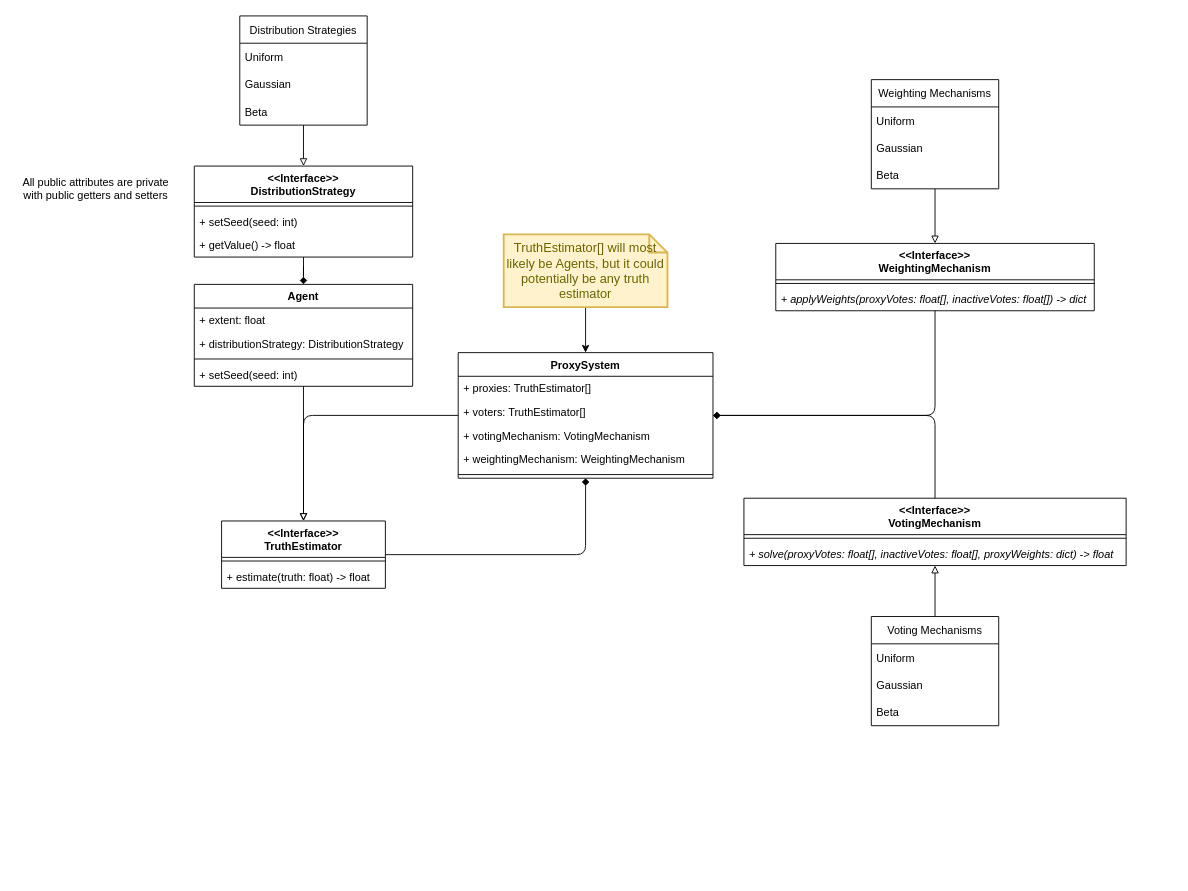
Above: content/figures/ProxyVotingSystem.drawio in TheMikeste1/Proxy-Voting-Coordination-Mechanisms (draw.io), before the change. Source tidied: cells renumbered, new cells numbered last; positions are measured from the earlier drawing's top-left corner, leaving out a move shared by most shapes. Both pictures are drawn from the tidied source at 91%, with x=0, y=0 at pixel (15, 15).
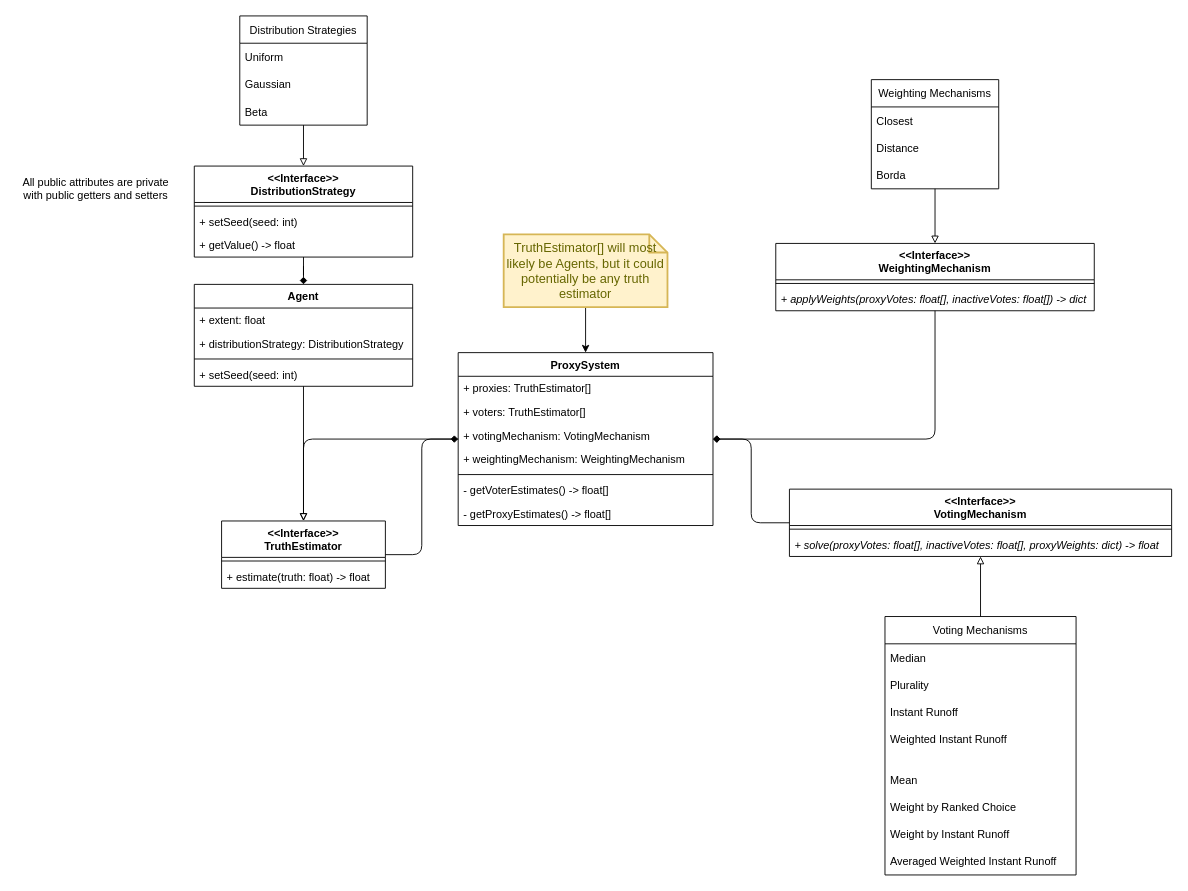
After the change.

Commit message:
Added specific mechanisms to UML

Unchanged cells that the change refers to:
```xml
<mxCell id="40" value="Weighting Mechanisms" style="swimlane;fontStyle=0;horizontal=1;startSize=30;labelBorderColor=none;" parent="1" vertex="1">
  <mxGeometry x="940" y="70" width="140" height="120" as="geometry" />
</mxCell>
```

What changed in the source:
```diff
@@
     <mxCell id="20" value="ProxySystem" style="swimlane;fontStyle=1;align=center;verticalAlign=top;horizontal=1;startSize=26;" parent="1" vertex="1">
-      <mxGeometry x="486" y="370" width="280" height="138" as="geometry" />
+      <mxGeometry x="486" y="370" width="280" height="190" as="geometry" />
     </mxCell>
@@
+    <mxCell id="50" value="- getVoterEstimates() -&gt; float[]" style="text;strokeColor=none;fillColor=none;align=left;verticalAlign=top;spacingLeft=4;spacingRight=4;overflow=hidden;" parent="20" vertex="1">
+      <mxGeometry y="138" width="280" height="26" as="geometry" />
+    </mxCell>
+    <mxCell id="51" value="- getProxyEstimates() -&gt; float[]" style="text;strokeColor=none;fillColor=none;align=left;verticalAlign=top;spacingLeft=4;spacingRight=4;overflow=hidden;" parent="20" vertex="1">
+      <mxGeometry y="164" width="280" height="26" as="geometry" />
+    </mxCell>
@@
     <mxCell id="32" value="&lt;&lt;Interface&gt;&gt;&#10;VotingMechanism" style="swimlane;fontStyle=1;align=center;verticalAlign=top;horizontal=1;startSize=40;rounded=0;" parent="1" vertex="1">
-      <mxGeometry x="800" y="530" width="420" height="74" as="geometry" />
+      <mxGeometry x="850" y="520" width="420" height="74" as="geometry" />
     </mxCell>
@@
-    <mxCell id="41" value="Uniform" style="text;strokeColor=none;fillColor=none;align=left;verticalAlign=middle;spacingLeft=4;spacingRight=4;overflow=hidden;labelBorderColor=none;" parent="40" vertex="1">
+    <mxCell id="41" value="Closest" style="text;strokeColor=none;fillColor=none;align=left;verticalAlign=middle;spacingLeft=4;spacingRight=4;overflow=hidden;labelBorderColor=none;" parent="40" vertex="1">
       <mxGeometry y="30" width="140" height="30" as="geometry" />
     </mxCell>
-    <mxCell id="42" value="Gaussian" style="text;strokeColor=none;fillColor=none;align=left;verticalAlign=middle;spacingLeft=4;spacingRight=4;overflow=hidden;labelBorderColor=none;" parent="40" vertex="1">
+    <mxCell id="42" value="Distance" style="text;strokeColor=none;fillColor=none;align=left;verticalAlign=middle;spacingLeft=4;spacingRight=4;overflow=hidden;labelBorderColor=none;" parent="40" vertex="1">
       <mxGeometry y="60" width="140" height="30" as="geometry" />
     </mxCell>
-    <mxCell id="43" value="Beta" style="text;strokeColor=none;fillColor=none;align=left;verticalAlign=middle;spacingLeft=4;spacingRight=4;overflow=hidden;labelBorderColor=none;" parent="40" vertex="1">
+    <mxCell id="43" value="Borda" style="text;strokeColor=none;fillColor=none;align=left;verticalAlign=middle;spacingLeft=4;spacingRight=4;overflow=hidden;labelBorderColor=none;" parent="40" vertex="1">
       <mxGeometry y="90" width="140" height="30" as="geometry" />
     </mxCell>
     <mxCell id="44" value="Voting Mechanisms" style="swimlane;fontStyle=0;horizontal=1;startSize=30;labelBorderColor=none;" parent="1" vertex="1">
-      <mxGeometry x="940" y="660" width="140" height="120" as="geometry" />
+      <mxGeometry x="955" y="660" width="210" height="284" as="geometry" />
     </mxCell>
-    <mxCell id="45" value="Uniform" style="text;strokeColor=none;fillColor=none;align=left;verticalAlign=middle;spacingLeft=4;spacingRight=4;overflow=hidden;labelBorderColor=none;" parent="44" vertex="1">
-      <mxGeometry y="30" width="140" height="30" as="geometry" />
+    <mxCell id="45" value="Median" style="text;strokeColor=none;fillColor=none;align=left;verticalAlign=middle;spacingLeft=4;spacingRight=4;overflow=hidden;labelBorderColor=none;" parent="44" vertex="1">
+      <mxGeometry y="30" width="210" height="30" as="geometry" />
     </mxCell>
-    <mxCell id="46" value="Gaussian" style="text;strokeColor=none;fillColor=none;align=left;verticalAlign=middle;spacingLeft=4;spacingRight=4;overflow=hidden;labelBorderColor=none;" parent="44" vertex="1">
-      <mxGeometry y="60" width="140" height="30" as="geometry" />
+    <mxCell id="46" value="Plurality" style="text;strokeColor=none;fillColor=none;align=left;verticalAlign=middle;spacingLeft=4;spacingRight=4;overflow=hidden;labelBorderColor=none;" parent="44" vertex="1">
+      <mxGeometry y="60" width="210" height="30" as="geometry" />
     </mxCell>
-    <mxCell id="47" value="Beta" style="text;strokeColor=none;fillColor=none;align=left;verticalAlign=middle;spacingLeft=4;spacingRight=4;overflow=hidden;labelBorderColor=none;" parent="44" vertex="1">
-      <mxGeometry y="90" width="140" height="30" as="geometry" />
+    <mxCell id="47" value="Instant Runoff" style="text;strokeColor=none;fillColor=none;align=left;verticalAlign=middle;spacingLeft=4;spacingRight=4;overflow=hidden;labelBorderColor=none;" parent="44" vertex="1">
+      <mxGeometry y="90" width="210" height="30" as="geometry" />
     </mxCell>
+    <mxCell id="52" value="Weighted Instant Runoff" style="text;strokeColor=none;fillColor=none;align=left;verticalAlign=middle;spacingLeft=4;spacingRight=4;overflow=hidden;" parent="44" vertex="1">
+      <mxGeometry y="120" width="210" height="30" as="geometry" />
+    </mxCell>
+    <mxCell id="53" style="text;strokeColor=none;fillColor=none;align=left;verticalAlign=middle;spacingTop=-1;spacingLeft=4;spacingRight=4;labelPosition=right;" parent="44" vertex="1">
+      <mxGeometry y="150" width="210" height="14" as="geometry" />
+    </mxCell>
+    <mxCell id="54" value="Mean" style="text;strokeColor=none;fillColor=none;align=left;verticalAlign=middle;spacingLeft=4;spacingRight=4;overflow=hidden;" parent="44" vertex="1">
+      <mxGeometry y="164" width="210" height="30" as="geometry" />
+    </mxCell>
+    <mxCell id="55" value="Weight by Ranked Choice" style="text;strokeColor=none;fillColor=none;align=left;verticalAlign=middle;spacingLeft=4;spacingRight=4;overflow=hidden;" parent="44" vertex="1">
+      <mxGeometry y="194" width="210" height="30" as="geometry" />
+    </mxCell>
+    <mxCell id="56" value="Weight by Instant Runoff" style="text;strokeColor=none;fillColor=none;align=left;verticalAlign=middle;spacingLeft=4;spacingRight=4;overflow=hidden;" parent="44" vertex="1">
+      <mxGeometry y="224" width="210" height="30" as="geometry" />
+    </mxCell>
+    <mxCell id="57" value="Averaged Weighted Instant Runoff" style="text;strokeColor=none;fillColor=none;align=left;verticalAlign=middle;spacingLeft=4;spacingRight=4;overflow=hidden;" parent="44" vertex="1">
+      <mxGeometry y="254" width="210" height="30" as="geometry" />
+    </mxCell>
```
